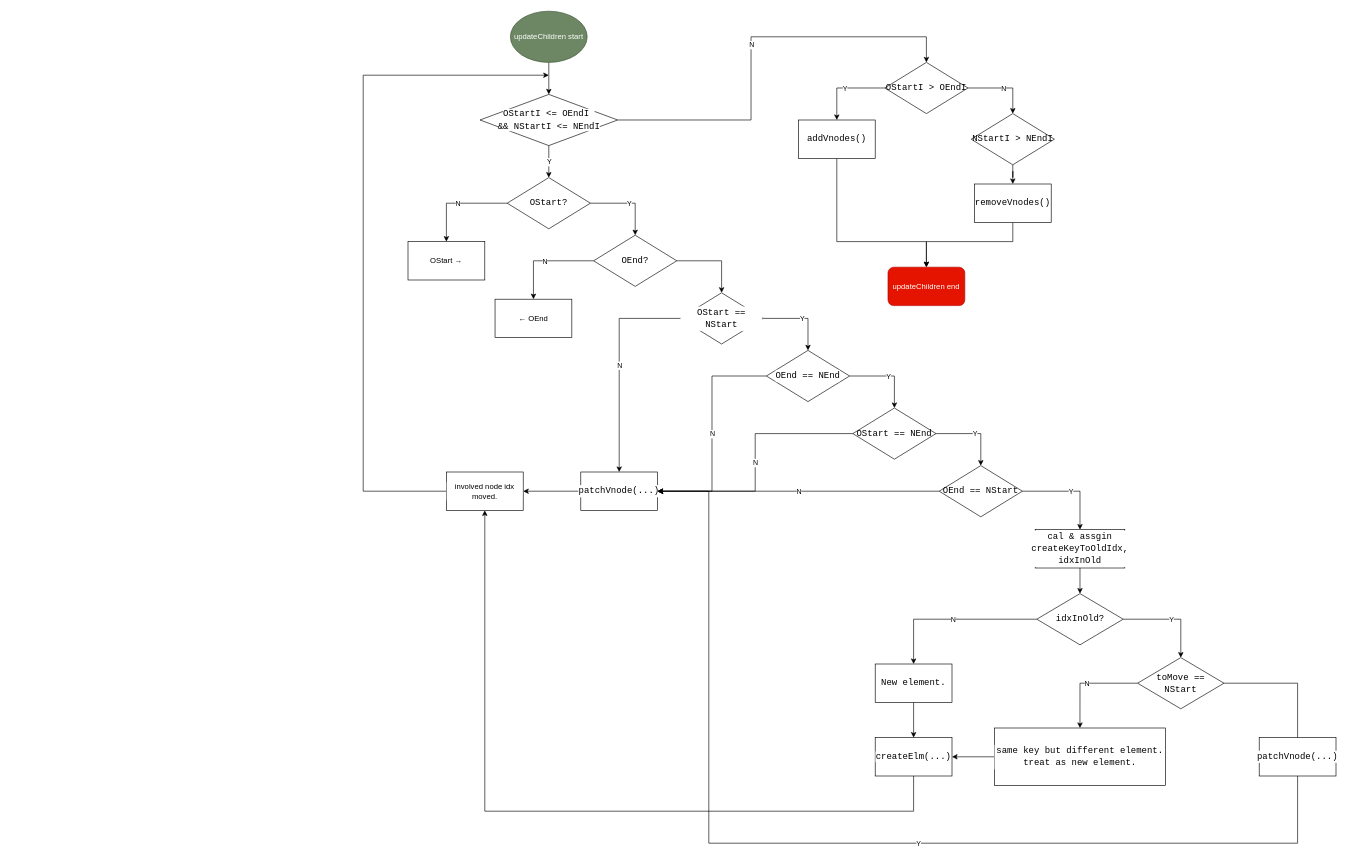
iiyumewo/blog-image keeps this draw.io diagram as Vue.drawio. Above is the earlier version. Source tidied: cells renumbered, new cells numbered last; positions are measured from the earlier drawing's top-left corner, leaving out a move shared by most shapes. Both pictures are drawn from the tidied source at 64%, with x=0, y=0 at pixel (363, 11).
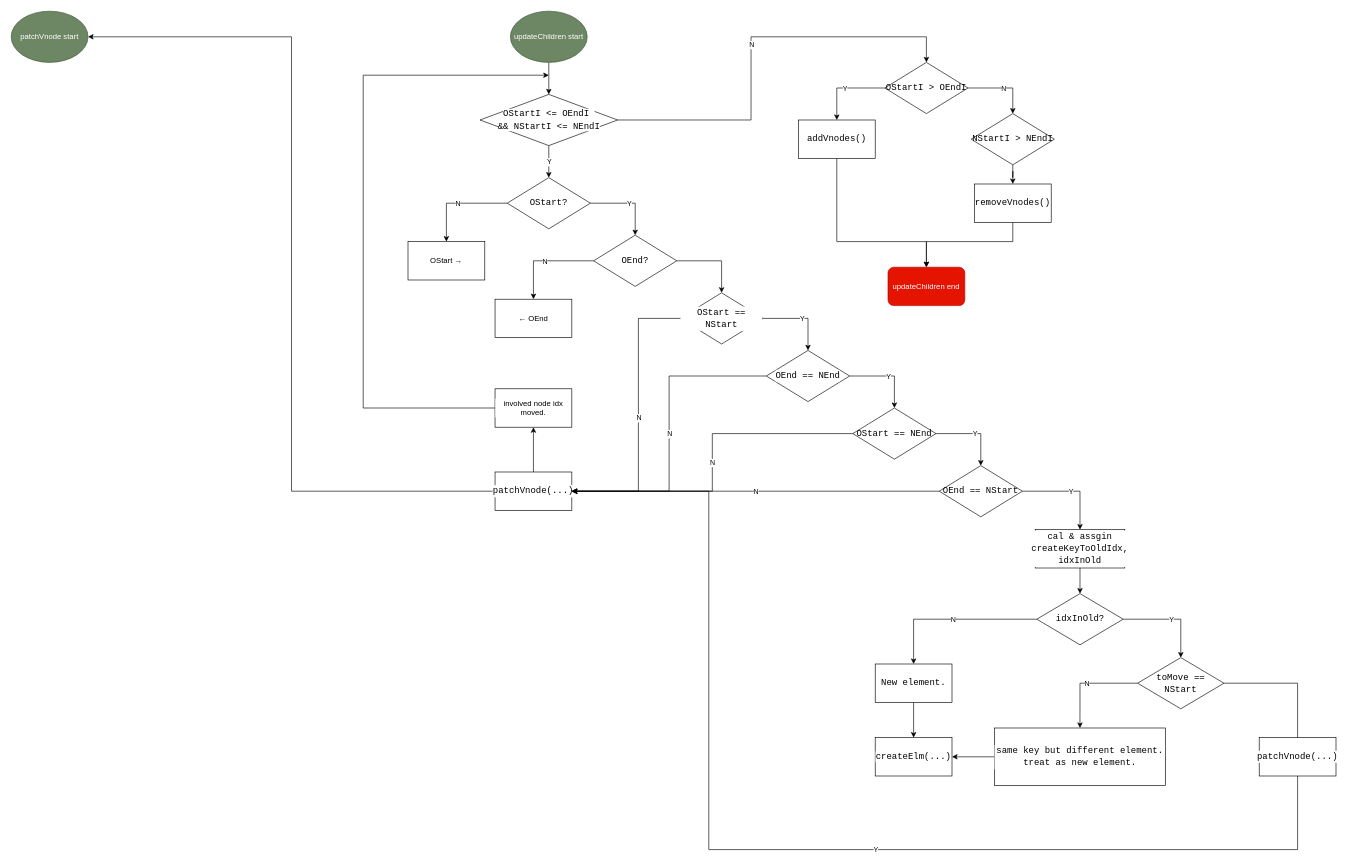
Above is the later version.

The change refers to these unchanged cells:
```xml
<mxCell id="16" value="&lt;div style=&quot;font-family: Consolas, &amp;quot;Courier New&amp;quot;, monospace; font-size: 14px; line-height: 19px;&quot;&gt;&lt;div style=&quot;line-height: 19px;&quot;&gt;&lt;span style=&quot;background-color: rgb(255, 255, 255);&quot;&gt;OStart == NStart&lt;/span&gt;&lt;/div&gt;&lt;/div&gt;" style="rhombus;whiteSpace=wrap;html=1;labelBackgroundColor=#FFFFFF;fontColor=#000000;" parent="1" vertex="1">
  <mxGeometry x="495" y="440" width="130" height="80" as="geometry" />
</mxCell>
<mxCell id="47" value="&lt;div style=&quot;font-family: Consolas, &amp;quot;Courier New&amp;quot;, monospace; font-size: 14px; line-height: 19px;&quot;&gt;&lt;div style=&quot;line-height: 19px;&quot;&gt;&lt;div style=&quot;line-height: 19px;&quot;&gt;toMove == NStart&lt;/div&gt;&lt;/div&gt;&lt;/div&gt;" style="rhombus;whiteSpace=wrap;html=1;labelBackgroundColor=none;fontColor=default;" parent="1" vertex="1">
  <mxGeometry x="1210" y="1010" width="135" height="80" as="geometry" />
</mxCell>
<mxCell id="55" value="&lt;span style=&quot;font-family: Consolas, &amp;quot;Courier New&amp;quot;, monospace; font-size: 14px;&quot;&gt;createElm(...)&lt;/span&gt;" style="rounded=0;whiteSpace=wrap;html=1;labelBackgroundColor=default;fontColor=default;" parent="1" vertex="1">
  <mxGeometry x="800" y="1135" width="120" height="60" as="geometry" />
</mxCell>
```

What changed in the source:
```diff
@@
-    <mxCell id="17" style="edgeStyle=orthogonalEdgeStyle;rounded=0;jettySize=auto;html=1;fontColor=default;strokeColor=default;entryX=1;entryY=0.5;entryDx=0;entryDy=0;" parent="1" edge="1" source="18" target="57">
+    <mxCell id="17" style="edgeStyle=orthogonalEdgeStyle;rounded=0;jettySize=auto;html=1;fontColor=default;strokeColor=default;entryX=0.5;entryY=1;entryDx=0;entryDy=0;" parent="1" edge="1" source="18" target="57">
       <mxGeometry relative="1" as="geometry" />
     </mxCell>
+    <mxCell id="75" style="edgeStyle=orthogonalEdgeStyle;rounded=0;jettySize=auto;html=1;fontColor=default;strokeColor=default;entryX=1;entryY=0.5;entryDx=0;entryDy=0;" parent="1" edge="1" source="18" target="76">
+      <mxGeometry relative="1" as="geometry" />
+    </mxCell>
     <mxCell id="18" value="&lt;div style=&quot;font-family: Consolas, &amp;quot;Courier New&amp;quot;, monospace; font-size: 14px; line-height: 19px;&quot;&gt;&lt;span style=&quot;background-color: rgb(255, 255, 255);&quot;&gt;patchVnode(...)&lt;/span&gt;&lt;/div&gt;" style="whiteSpace=wrap;html=1;fontColor=#000000;labelBackgroundColor=#FFFFFF;" parent="1" vertex="1">
-      <mxGeometry x="340" y="720" width="120" height="60" as="geometry" />
+      <mxGeometry x="206" y="720" width="120" height="60" as="geometry" />
     </mxCell>
@@
-    <mxCell id="22" style="endArrow=classic;html=1;rounded=0;fontColor=#000000;strokeColor=default;exitX=0;exitY=0.5;exitDx=0;exitDy=0;entryX=0.5;entryY=0;entryDx=0;entryDy=0;" parent="1" edge="1" source="16" target="18">
+    <mxCell id="22" style="endArrow=classic;html=1;rounded=0;fontColor=#000000;strokeColor=default;exitX=0;exitY=0.5;exitDx=0;exitDy=0;entryX=1;entryY=0.5;entryDx=0;entryDy=0;edgeStyle=orthogonalEdgeStyle;" parent="1" edge="1" source="16" target="18">
       <mxGeometry relative="1" as="geometry">
         <Array as="points">
-          <mxPoint x="400" y="480" />
+          <mxPoint x="430" y="480" />
+          <mxPoint x="430" y="750" />
         </Array>
       </mxGeometry>
     </mxCell>
@@
     <mxCell id="48" style="endArrow=classic;html=1;rounded=0;fontColor=#000000;strokeColor=default;exitX=1;exitY=0.5;exitDx=0;exitDy=0;edgeStyle=orthogonalEdgeStyle;entryX=1;entryY=0.5;entryDx=0;entryDy=0;" parent="1" edge="1" source="47" target="18">
       <mxGeometry relative="1" as="geometry">
         <Array as="points">
           <mxPoint x="1460" y="1050" />
-          <mxPoint x="1460" y="1300" />
-          <mxPoint x="540" y="1300" />
+          <mxPoint x="1460" y="1310" />
+          <mxPoint x="540" y="1310" />
           <mxPoint x="540" y="750" />
         </Array>
       </mxGeometry>
     </mxCell>
@@
-    <mxCell id="54" style="edgeStyle=orthogonalEdgeStyle;rounded=0;jettySize=auto;html=1;fontColor=default;strokeColor=default;entryX=0.5;entryY=1;entryDx=0;entryDy=0;" parent="1" edge="1" source="55" target="57">
-      <mxGeometry relative="1" as="geometry">
-        <Array as="points">
-          <mxPoint x="860" y="1250" />
-          <mxPoint x="190" y="1250" />
-        </Array>
-      </mxGeometry>
-    </mxCell>
@@
-    <mxCell id="56" style="edgeStyle=orthogonalEdgeStyle;rounded=0;jettySize=auto;html=1;fontColor=default;strokeColor=default;" parent="1" edge="1" source="57">
+    <mxCell id="56" style="edgeStyle=orthogonalEdgeStyle;rounded=0;jettySize=auto;html=1;fontColor=default;strokeColor=default;exitX=0;exitY=0.5;exitDx=0;exitDy=0;" parent="1" edge="1" source="57">
       <mxGeometry relative="1" as="geometry">
         <mxPoint x="290" y="100" as="targetPoint" />
         <Array as="points">
-          <mxPoint y="750" />
+          <mxPoint y="620" />
           <mxPoint y="100" />
         </Array>
       </mxGeometry>
     </mxCell>
     <mxCell id="57" value="involved node idx moved." style="rounded=0;whiteSpace=wrap;html=1;labelBackgroundColor=default;fontColor=default;" parent="1" vertex="1">
-      <mxGeometry x="130" y="720" width="120" height="60" as="geometry" />
+      <mxGeometry x="206" y="590" width="120" height="60" as="geometry" />
     </mxCell>
@@
+    <mxCell id="76" value="patchVnode start" style="ellipse;whiteSpace=wrap;html=1;labelBackgroundColor=none;labelBorderColor=none;fontColor=#ffffff;fillColor=#6d8764;strokeColor=#3A5431;" parent="1" vertex="1">
+      <mxGeometry x="-550" width="120" height="80" as="geometry" />
+    </mxCell>
```
